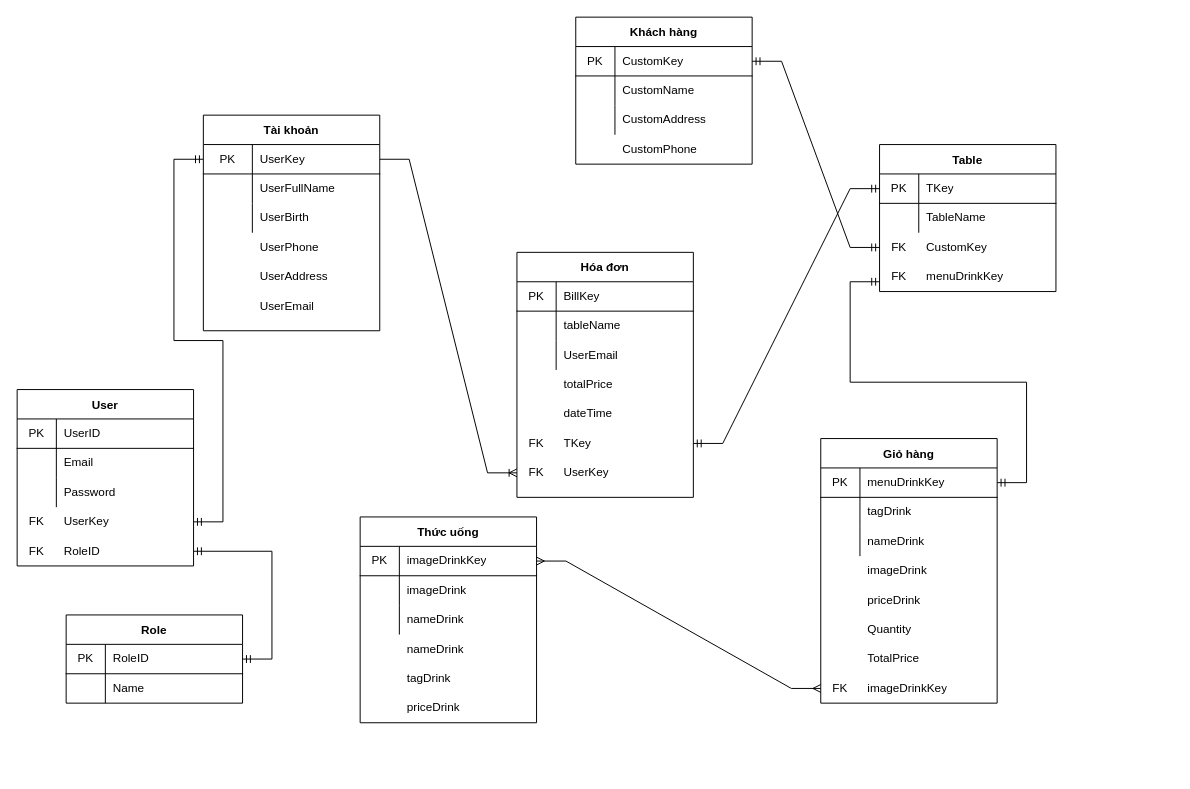
518H0090/FinalProjectAndroid keeps this draw.io diagram as page "ERD" (4 of 4) of Sơ đồ/Các chức năng.drawio. Above is the earlier version. Source tidied: cells renumbered, new cells numbered last; positions are measured from the earlier drawing's top-left corner, leaving out a move shared by most shapes. Both pictures are drawn from the tidied source at 98%, with x=0, y=0 at pixel (17, 17).
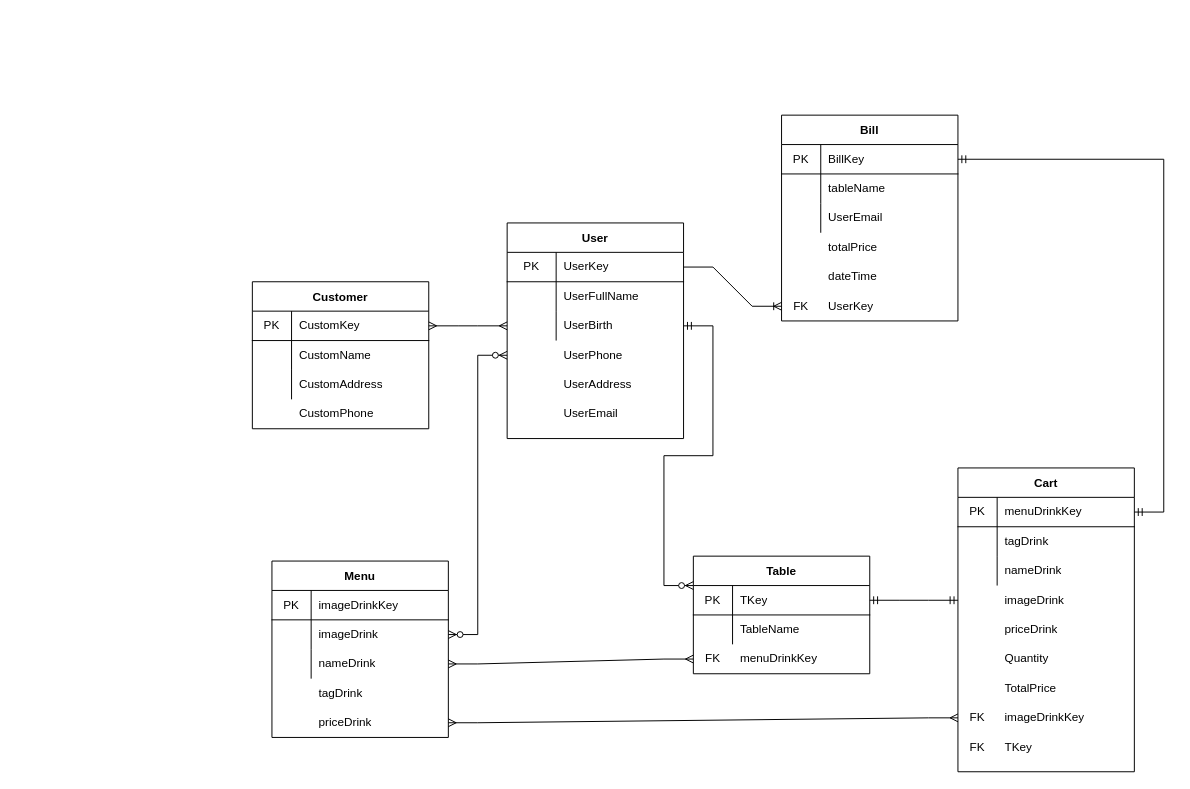
The same diagram, later.

Unchanged cells that the change refers to:
```xml
<mxCell id="3" style="shape=partialRectangle;html=1;whiteSpace=wrap;fillColor=none;top=0;left=0;bottom=1;right=0;points=[[0,0.5],[1,0.5]];portConstraint=eastwest;" parent="2" vertex="1">
  <mxGeometry y="30" width="180" height="30" as="geometry" />
</mxCell>
<mxCell id="9" style="shape=partialRectangle;html=1;whiteSpace=wrap;fillColor=none;top=0;left=0;bottom=0;right=0;points=[[0,0.5],[1,0.5]];portConstraint=eastwest;" parent="2" vertex="1">
  <mxGeometry y="90" width="180" height="30" as="geometry" />
</mxCell>
<mxCell id="22" style="shape=partialRectangle;html=1;whiteSpace=wrap;fillColor=none;top=0;left=0;bottom=1;right=0;points=[[0,0.5],[1,0.5]];portConstraint=eastwest;" parent="21" vertex="1">
  <mxGeometry y="30" width="180" height="30" as="geometry" />
</mxCell>
<mxCell id="29" style="shape=partialRectangle;html=1;whiteSpace=wrap;fillColor=none;top=0;left=0;bottom=1;right=0;points=[[0,0.5],[1,0.5]];portConstraint=eastwest;" parent="28" vertex="1">
  <mxGeometry y="30" width="180" height="30" as="geometry" />
</mxCell>
<mxCell id="32" style="shape=partialRectangle;html=1;whiteSpace=wrap;fillColor=none;top=0;left=0;bottom=0;right=0;points=[[0,0.5],[1,0.5]];portConstraint=eastwest;" parent="28" vertex="1">
  <mxGeometry y="60" width="180" height="30" as="geometry" />
</mxCell>
<mxCell id="35" style="shape=partialRectangle;html=1;whiteSpace=wrap;fillColor=none;top=0;left=0;bottom=0;right=0;points=[[0,0.5],[1,0.5]];portConstraint=eastwest;" parent="28" vertex="1">
  <mxGeometry y="90" width="180" height="30" as="geometry" />
</mxCell>
<mxCell id="48" style="shape=partialRectangle;html=1;whiteSpace=wrap;fillColor=none;top=0;left=0;bottom=1;right=0;points=[[0,0.5],[1,0.5]];portConstraint=eastwest;" parent="47" vertex="1">
  <mxGeometry y="30" width="180" height="30" as="geometry" />
</mxCell>
<mxCell id="61" style="shape=partialRectangle;html=1;whiteSpace=wrap;fillColor=none;top=0;left=0;bottom=1;right=0;points=[[0,0.5],[1,0.5]];portConstraint=eastwest;" parent="60" vertex="1">
  <mxGeometry y="30" width="180" height="30" as="geometry" />
</mxCell>
<mxCell id="83" style="shape=partialRectangle;html=1;whiteSpace=wrap;fillColor=none;top=0;left=0;bottom=1;right=0;points=[[0,0.5],[1,0.5]];portConstraint=eastwest;" parent="82" vertex="1">
  <mxGeometry y="30" width="180" height="30" as="geometry" />
</mxCell>
```

Diff of the diagram source:
```diff
@@
-    <mxCell id="2" value="Tài khoản" style="shape=table;startSize=30;childLayout=tableLayout;rowLines=0;fontStyle=1;align=center;" parent="1" vertex="1">
-      <mxGeometry x="190" y="100" width="180" height="220" as="geometry" />
+    <mxCell id="2" value="User" style="shape=table;startSize=30;childLayout=tableLayout;rowLines=0;fontStyle=1;align=center;" parent="1" vertex="1">
+      <mxGeometry x="500" y="210" width="180" height="220" as="geometry" />
     </mxCell>
@@
     <mxCell id="12" style="shape=partialRectangle;html=1;whiteSpace=wrap;fillColor=none;top=0;left=0;bottom=0;right=0;points=[[0,0.5],[1,0.5]];portConstraint=eastwest;" parent="1" vertex="1">
-      <mxGeometry x="190" y="220" width="180" height="30" as="geometry" />
+      <mxGeometry x="500" y="330" width="180" height="30" as="geometry" />
     </mxCell>
@@
     <mxCell id="15" style="shape=partialRectangle;html=1;whiteSpace=wrap;fillColor=none;top=0;left=0;bottom=0;right=0;" parent="1" vertex="1">
-      <mxGeometry x="190" y="250" width="180" height="30" as="geometry" />
+      <mxGeometry x="500" y="360" width="180" height="30" as="geometry" />
     </mxCell>
@@
     <mxCell id="18" style="shape=partialRectangle;html=1;whiteSpace=wrap;fillColor=none;top=0;left=0;bottom=0;right=0;" parent="1" vertex="1">
-      <mxGeometry x="190" y="280" width="180" height="30" as="geometry" />
+      <mxGeometry x="500" y="390" width="180" height="30" as="geometry" />
     </mxCell>
@@
     <mxCell id="21" value="Table" style="shape=table;startSize=30;childLayout=tableLayout;rowLines=0;fontStyle=1;align=center;" parent="1" vertex="1">
-      <mxGeometry x="880" y="130" width="180" height="150" as="geometry" />
+      <mxGeometry x="690" y="550" width="180" height="120" as="geometry" />
     </mxCell>
@@
-    <mxCell id="28" value="Thức uống" style="shape=table;startSize=30;childLayout=tableLayout;rowLines=0;fontStyle=1;align=center;" parent="1" vertex="1">
-      <mxGeometry x="350" y="510" width="180" height="210" as="geometry" />
+    <mxCell id="28" value="Menu" style="shape=table;startSize=30;childLayout=tableLayout;rowLines=0;fontStyle=1;align=center;" parent="1" vertex="1">
+      <mxGeometry x="260" y="555" width="180" height="180" as="geometry" />
     </mxCell>
@@
-    <mxCell id="38" style="shape=partialRectangle;html=1;whiteSpace=wrap;fillColor=none;top=0;left=0;bottom=0;right=0;" parent="1" vertex="1">
-      <mxGeometry x="350" y="630" width="180" height="30" as="geometry" />
-    </mxCell>
-    <mxCell id="39" style="shape=partialRectangle;html=1;whiteSpace=wrap;fillColor=none;top=0;left=0;bottom=0;right=0;overflow=hidden;" parent="38" vertex="1">
-      <mxGeometry width="40" height="30" as="geometry" />
-    </mxCell>
-    <mxCell id="40" value="nameDrink" style="shape=partialRectangle;html=1;whiteSpace=wrap;fillColor=none;top=0;left=0;bottom=0;right=0;align=left;spacingLeft=6;overflow=hidden;" parent="38" vertex="1">
-      <mxGeometry x="40" width="140" height="30" as="geometry" />
-    </mxCell>
     <mxCell id="41" style="shape=partialRectangle;html=1;whiteSpace=wrap;fillColor=none;top=0;left=0;bottom=0;right=0;points=[[0,0.5],[1,0.5]];portConstraint=eastwest;" parent="1" vertex="1">
-      <mxGeometry x="350" y="690" width="180" height="30" as="geometry" />
+      <mxGeometry x="260" y="705" width="180" height="30" as="geometry" />
     </mxCell>
@@
     <mxCell id="44" style="shape=partialRectangle;html=1;whiteSpace=wrap;fillColor=none;top=0;left=0;bottom=0;right=0;" parent="1" vertex="1">
-      <mxGeometry x="350" y="660" width="180" height="30" as="geometry" />
+      <mxGeometry x="260" y="675" width="180" height="30" as="geometry" />
     </mxCell>
@@
-    <mxCell id="47" value="Khách hàng" style="shape=table;startSize=30;childLayout=tableLayout;rowLines=0;fontStyle=1;align=center;" parent="1" vertex="1">
-      <mxGeometry x="570" width="180" height="150" as="geometry" />
+    <mxCell id="47" value="Customer" style="shape=table;startSize=30;childLayout=tableLayout;rowLines=0;fontStyle=1;align=center;" parent="1" vertex="1">
+      <mxGeometry x="240" y="270" width="180" height="150" as="geometry" />
     </mxCell>
@@
     <mxCell id="57" style="shape=partialRectangle;html=1;whiteSpace=wrap;fillColor=none;top=0;left=0;bottom=0;right=0;" parent="1" vertex="1">
-      <mxGeometry x="570" y="120" width="180" height="30" as="geometry" />
+      <mxGeometry x="240" y="390" width="180" height="30" as="geometry" />
     </mxCell>
@@
-    <mxCell id="60" value="Giỏ hàng" style="shape=table;startSize=30;childLayout=tableLayout;rowLines=0;fontStyle=1;align=center;" parent="1" vertex="1">
-      <mxGeometry x="820" y="430" width="180" height="270" as="geometry" />
+    <mxCell id="60" value="Cart" style="shape=table;startSize=30;childLayout=tableLayout;rowLines=0;fontStyle=1;align=center;" parent="1" vertex="1">
+      <mxGeometry x="960" y="460" width="180" height="310" as="geometry" />
     </mxCell>
@@
     <mxCell id="70" style="shape=partialRectangle;html=1;whiteSpace=wrap;fillColor=none;top=0;left=0;bottom=0;right=0;points=[[0,0.5],[1,0.5]];portConstraint=eastwest;" parent="1" vertex="1">
-      <mxGeometry x="820" y="550" width="180" height="30" as="geometry" />
+      <mxGeometry x="960" y="580" width="180" height="30" as="geometry" />
     </mxCell>
@@
     <mxCell id="73" style="shape=partialRectangle;html=1;whiteSpace=wrap;fillColor=none;top=0;left=0;bottom=0;right=0;" parent="1" vertex="1">
-      <mxGeometry x="820" y="580" width="180" height="30" as="geometry" />
+      <mxGeometry x="960" y="610" width="180" height="30" as="geometry" />
     </mxCell>
@@
     <mxCell id="76" style="shape=partialRectangle;html=1;whiteSpace=wrap;fillColor=none;top=0;left=0;bottom=0;right=0;" parent="1" vertex="1">
-      <mxGeometry x="820" y="610" width="180" height="30" as="geometry" />
+      <mxGeometry x="960" y="640" width="180" height="30" as="geometry" />
     </mxCell>
@@
     <mxCell id="79" style="shape=partialRectangle;html=1;whiteSpace=wrap;fillColor=none;top=0;left=0;bottom=0;right=0;" parent="1" vertex="1">
-      <mxGeometry x="820" y="640" width="180" height="30" as="geometry" />
+      <mxGeometry x="960" y="670" width="180" height="30" as="geometry" />
     </mxCell>
@@
-    <mxCell id="82" value="Hóa đơn" style="shape=table;startSize=30;childLayout=tableLayout;rowLines=0;fontStyle=1;align=center;" parent="1" vertex="1">
-      <mxGeometry x="510" y="240" width="180" height="250" as="geometry" />
+    <mxCell id="82" value="Bill" style="shape=table;startSize=30;childLayout=tableLayout;rowLines=0;fontStyle=1;align=center;" parent="1" vertex="1">
+      <mxGeometry x="780" y="100" width="180" height="210" as="geometry" />
     </mxCell>
@@
     <mxCell id="92" style="shape=partialRectangle;html=1;whiteSpace=wrap;fillColor=none;top=0;left=0;bottom=0;right=0;" parent="1" vertex="1">
-      <mxGeometry x="510" y="360" width="180" height="30" as="geometry" />
+      <mxGeometry x="780" y="220" width="180" height="30" as="geometry" />
     </mxCell>
@@
     <mxCell id="95" style="shape=partialRectangle;html=1;whiteSpace=wrap;fillColor=none;top=0;left=0;bottom=0;right=0;" parent="1" vertex="1">
-      <mxGeometry x="510" y="390" width="180" height="30" as="geometry" />
+      <mxGeometry x="780" y="250" width="180" height="30" as="geometry" />
     </mxCell>
@@
     <mxCell id="98" style="shape=partialRectangle;html=1;whiteSpace=wrap;fillColor=none;top=0;left=0;bottom=0;right=0;points=[[0,0.5],[1,0.5]];portConstraint=eastwest;" parent="1" vertex="1">
-      <mxGeometry x="820" y="670" width="180" height="30" as="geometry" />
+      <mxGeometry x="960" y="700" width="180" height="30" as="geometry" />
     </mxCell>
@@
-    <mxCell id="101" style="shape=partialRectangle;html=1;whiteSpace=wrap;fillColor=none;top=0;left=0;bottom=0;right=0;points=[[0,0.5],[1,0.5]];portConstraint=eastwest;" parent="1" vertex="1">
-      <mxGeometry x="880" y="220" width="180" height="30" as="geometry" />
-    </mxCell>
-    <mxCell id="102" value="FK" style="shape=partialRectangle;html=1;whiteSpace=wrap;fillColor=none;top=0;left=0;bottom=0;right=0;overflow=hidden;" parent="101" vertex="1">
-      <mxGeometry width="40" height="30" as="geometry" />
-    </mxCell>
-    <mxCell id="103" value="CustomKey" style="shape=partialRectangle;html=1;whiteSpace=wrap;fillColor=none;top=0;left=0;bottom=0;right=0;align=left;spacingLeft=6;overflow=hidden;" parent="101" vertex="1">
-      <mxGeometry x="40" width="140" height="30" as="geometry" />
-    </mxCell>
-    <mxCell id="104" style="shape=partialRectangle;html=1;whiteSpace=wrap;fillColor=none;top=0;left=0;bottom=0;right=0;points=[[0,0.5],[1,0.5]];portConstraint=eastwest;" parent="1" vertex="1">
-      <mxGeometry x="510" y="420" width="180" height="30" as="geometry" />
-    </mxCell>
-    <mxCell id="105" value="FK" style="shape=partialRectangle;html=1;whiteSpace=wrap;fillColor=none;top=0;left=0;bottom=0;right=0;overflow=hidden;" parent="104" vertex="1">
-      <mxGeometry width="40" height="30" as="geometry" />
-    </mxCell>
-    <mxCell id="106" value="TKey" style="shape=partialRectangle;html=1;whiteSpace=wrap;fillColor=none;top=0;left=0;bottom=0;right=0;align=left;spacingLeft=6;overflow=hidden;" parent="104" vertex="1">
-      <mxGeometry x="40" width="140" height="30" as="geometry" />
-    </mxCell>
     <mxCell id="107" style="shape=partialRectangle;html=1;whiteSpace=wrap;fillColor=none;top=0;left=0;bottom=0;right=0;points=[[0,0.5],[1,0.5]];portConstraint=eastwest;" parent="1" vertex="1">
-      <mxGeometry x="880" y="250" width="180" height="30" as="geometry" />
+      <mxGeometry x="690" y="640" width="180" height="30" as="geometry" />
     </mxCell>
@@
     <mxCell id="110" style="shape=partialRectangle;html=1;whiteSpace=wrap;fillColor=none;top=0;left=0;bottom=0;right=0;points=[[0,0.5],[1,0.5]];portConstraint=eastwest;" parent="1" vertex="1">
-      <mxGeometry x="510" y="450" width="180" height="30" as="geometry" />
+      <mxGeometry x="780" y="280" width="180" height="30" as="geometry" />
     </mxCell>
@@
-    <mxCell id="114" style="edgeStyle=entityRelationEdgeStyle;fontSize=12;html=1;endArrow=ERmany;startArrow=ERmany;rounded=0;entryX=0;entryY=0.5;entryDx=0;entryDy=0;exitX=1;exitY=0.5;exitDx=0;exitDy=0;" parent="1" edge="1" source="29" target="98">
+    <mxCell id="114" style="edgeStyle=entityRelationEdgeStyle;fontSize=12;html=1;endArrow=ERmany;startArrow=ERmany;rounded=0;entryX=0;entryY=0.5;entryDx=0;entryDy=0;exitX=1;exitY=0.5;exitDx=0;exitDy=0;" parent="1" edge="1" source="41" target="98">
       <mxGeometry relative="1" as="geometry" />
     </mxCell>
+    <mxCell id="143" style="edgeStyle=entityRelationEdgeStyle;fontSize=12;html=1;endArrow=ERmany;startArrow=ERmany;rounded=0;exitX=0;exitY=0.5;exitDx=0;exitDy=0;" parent="1" edge="1" source="9" target="48">
+      <mxGeometry relative="1" as="geometry" />
+    </mxCell>
+    <mxCell id="144" style="edgeStyle=entityRelationEdgeStyle;fontSize=12;html=1;endArrow=ERmandOne;startArrow=ERmandOne;rounded=0;exitX=1;exitY=0.5;exitDx=0;exitDy=0;" parent="1" edge="1" source="83" target="61">
+      <mxGeometry relative="1" as="geometry" />
+    </mxCell>
+    <mxCell id="145" style="edgeStyle=entityRelationEdgeStyle;fontSize=12;html=1;endArrow=ERzeroToMany;startArrow=ERmandOne;rounded=0;entryX=0;entryY=0.25;entryDx=0;entryDy=0;exitX=1;exitY=0.5;exitDx=0;exitDy=0;" parent="1" edge="1" source="9" target="21">
+      <mxGeometry relative="1" as="geometry" />
+    </mxCell>
+    <mxCell id="146" style="shape=partialRectangle;html=1;whiteSpace=wrap;fillColor=none;top=0;left=0;bottom=0;right=0;" parent="1" vertex="1">
+      <mxGeometry x="960" y="730" width="180" height="30" as="geometry" />
+    </mxCell>
+    <mxCell id="147" value="FK" style="shape=partialRectangle;html=1;whiteSpace=wrap;fillColor=none;top=0;left=0;bottom=0;right=0;overflow=hidden;" parent="146" vertex="1">
+      <mxGeometry width="40" height="30" as="geometry" />
+    </mxCell>
+    <mxCell id="106" value="TKey" style="shape=partialRectangle;html=1;whiteSpace=wrap;fillColor=none;top=0;left=0;bottom=0;right=0;align=left;spacingLeft=6;overflow=hidden;" parent="146" vertex="1">
+      <mxGeometry x="40" width="140" height="30" as="geometry" />
+    </mxCell>
+    <mxCell id="148" style="edgeStyle=entityRelationEdgeStyle;fontSize=12;html=1;endArrow=ERmany;startArrow=ERmany;rounded=0;entryX=0;entryY=0.5;entryDx=0;entryDy=0;exitX=1;exitY=0.5;exitDx=0;exitDy=0;" parent="1" edge="1" source="35" target="107">
+      <mxGeometry relative="1" as="geometry" />
+    </mxCell>
+    <mxCell id="149" style="edgeStyle=entityRelationEdgeStyle;fontSize=12;html=1;endArrow=ERzeroToMany;endFill=1;startArrow=ERzeroToMany;rounded=0;exitX=0;exitY=0.5;exitDx=0;exitDy=0;entryX=1;entryY=0.5;entryDx=0;entryDy=0;" parent="1" edge="1" source="12" target="32">
+      <mxGeometry relative="1" as="geometry" />
+    </mxCell>
-    <mxCell id="115" style="edgeStyle=entityRelationEdgeStyle;fontSize=12;html=1;endArrow=ERmandOne;startArrow=ERmandOne;rounded=0;" parent="1" edge="1" source="61">
-      <mxGeometry relative="1" as="geometry">
-        <mxPoint x="880" y="270" as="targetPoint" />
-      </mxGeometry>
+    <mxCell id="115" style="edgeStyle=entityRelationEdgeStyle;fontSize=12;html=1;endArrow=ERmandOne;startArrow=ERmandOne;rounded=0;entryX=0;entryY=0.5;entryDx=0;entryDy=0;exitX=1;exitY=0.5;exitDx=0;exitDy=0;" parent="1" edge="1" source="22" target="70">
+      <mxGeometry relative="1" as="geometry" />
     </mxCell>
-    <mxCell id="116" style="edgeStyle=entityRelationEdgeStyle;fontSize=12;html=1;endArrow=ERmandOne;startArrow=ERmandOne;rounded=0;entryX=0;entryY=0.5;entryDx=0;entryDy=0;exitX=1;exitY=0.5;exitDx=0;exitDy=0;" parent="1" edge="1" source="48" target="101">
-      <mxGeometry relative="1" as="geometry" />
-    </mxCell>
-    <mxCell id="117" style="edgeStyle=entityRelationEdgeStyle;fontSize=12;html=1;endArrow=ERmandOne;startArrow=ERmandOne;rounded=0;entryX=0;entryY=0.5;entryDx=0;entryDy=0;exitX=1;exitY=0.5;exitDx=0;exitDy=0;" parent="1" edge="1" source="104" target="22">
-      <mxGeometry relative="1" as="geometry" />
-    </mxCell>
-    <mxCell id="118" value="User" style="shape=table;startSize=30;childLayout=tableLayout;rowLines=0;fontStyle=1;align=center;" parent="1" vertex="1">
-      <mxGeometry y="380" width="180" height="180" as="geometry" />
-    </mxCell>
-    <mxCell id="119" style="shape=partialRectangle;html=1;whiteSpace=wrap;fillColor=none;top=0;left=0;bottom=1;right=0;" parent="118" vertex="1">
-      <mxGeometry y="30" width="180" height="30" as="geometry" />
-    </mxCell>
-    <mxCell id="120" value="PK" style="shape=partialRectangle;html=1;whiteSpace=wrap;fillColor=none;top=0;left=0;bottom=0;right=0;overflow=hidden;" parent="119" vertex="1">
-      <mxGeometry width="40" height="30" as="geometry" />
-    </mxCell>
-    <mxCell id="121" value="UserID" style="shape=partialRectangle;html=1;whiteSpace=wrap;fillColor=none;top=0;left=0;bottom=0;right=0;align=left;spacingLeft=6;overflow=hidden;" parent="119" vertex="1">
-      <mxGeometry x="40" width="140" height="30" as="geometry" />
-    </mxCell>
-    <mxCell id="122" style="shape=partialRectangle;html=1;whiteSpace=wrap;fillColor=none;top=0;left=0;bottom=0;right=0;" parent="118" vertex="1">
-      <mxGeometry y="60" width="180" height="30" as="geometry" />
-    </mxCell>
-    <mxCell id="123" style="shape=partialRectangle;html=1;whiteSpace=wrap;fillColor=none;top=0;left=0;bottom=0;right=0;overflow=hidden;" parent="122" vertex="1">
-      <mxGeometry width="40" height="30" as="geometry" />
-    </mxCell>
-    <mxCell id="124" value="Email" style="shape=partialRectangle;html=1;whiteSpace=wrap;fillColor=none;top=0;left=0;bottom=0;right=0;align=left;spacingLeft=6;overflow=hidden;" parent="122" vertex="1">
-      <mxGeometry x="40" width="140" height="30" as="geometry" />
-    </mxCell>
-    <mxCell id="125" style="shape=partialRectangle;html=1;whiteSpace=wrap;fillColor=none;top=0;left=0;bottom=0;right=0;" parent="118" vertex="1">
-      <mxGeometry y="90" width="180" height="30" as="geometry" />
-    </mxCell>
-    <mxCell id="126" style="shape=partialRectangle;html=1;whiteSpace=wrap;fillColor=none;top=0;left=0;bottom=0;right=0;overflow=hidden;" parent="125" vertex="1">
-      <mxGeometry width="40" height="30" as="geometry" />
-    </mxCell>
-    <mxCell id="127" value="Password" style="shape=partialRectangle;html=1;whiteSpace=wrap;fillColor=none;top=0;left=0;bottom=0;right=0;align=left;spacingLeft=6;overflow=hidden;" parent="125" vertex="1">
-      <mxGeometry x="40" width="140" height="30" as="geometry" />
-    </mxCell>
-    <mxCell id="128" style="shape=partialRectangle;html=1;whiteSpace=wrap;fillColor=none;top=0;left=0;bottom=0;right=0;points=[[0,0.5],[1,0.5]];portConstraint=eastwest;" parent="1" vertex="1">
-      <mxGeometry y="500" width="180" height="30" as="geometry" />
-    </mxCell>
-    <mxCell id="129" value="FK" style="shape=partialRectangle;html=1;whiteSpace=wrap;fillColor=none;top=0;left=0;bottom=0;right=0;overflow=hidden;" parent="128" vertex="1">
-      <mxGeometry width="40" height="30" as="geometry" />
-    </mxCell>
-    <mxCell id="130" value="UserKey" style="shape=partialRectangle;html=1;whiteSpace=wrap;fillColor=none;top=0;left=0;bottom=0;right=0;align=left;spacingLeft=6;overflow=hidden;" parent="128" vertex="1">
-      <mxGeometry x="40" width="140" height="30" as="geometry" />
-    </mxCell>
-    <mxCell id="131" style="edgeStyle=entityRelationEdgeStyle;fontSize=12;html=1;endArrow=ERmandOne;startArrow=ERmandOne;rounded=0;entryX=0;entryY=0.5;entryDx=0;entryDy=0;exitX=1;exitY=0.5;exitDx=0;exitDy=0;" parent="1" edge="1" source="128" target="3">
-      <mxGeometry relative="1" as="geometry" />
-    </mxCell>
-    <mxCell id="132" value="Role" style="shape=table;startSize=30;childLayout=tableLayout;rowLines=0;fontStyle=1;align=center;" parent="1" vertex="1">
-      <mxGeometry x="50" y="610" width="180" height="90" as="geometry" />
-    </mxCell>
-    <mxCell id="133" style="shape=partialRectangle;html=1;whiteSpace=wrap;fillColor=none;top=0;left=0;bottom=1;right=0;points=[[0,0.5],[1,0.5]];portConstraint=eastwest;" parent="132" vertex="1">
-      <mxGeometry y="30" width="180" height="30" as="geometry" />
-    </mxCell>
-    <mxCell id="134" value="PK" style="shape=partialRectangle;html=1;whiteSpace=wrap;fillColor=none;top=0;left=0;bottom=0;right=0;overflow=hidden;" parent="133" vertex="1">
-      <mxGeometry width="40" height="30" as="geometry" />
-    </mxCell>
-    <mxCell id="135" value="RoleID" style="shape=partialRectangle;html=1;whiteSpace=wrap;fillColor=none;top=0;left=0;bottom=0;right=0;align=left;spacingLeft=6;overflow=hidden;" parent="133" vertex="1">
-      <mxGeometry x="40" width="140" height="30" as="geometry" />
-    </mxCell>
-    <mxCell id="136" style="shape=partialRectangle;html=1;whiteSpace=wrap;fillColor=none;top=0;left=0;bottom=0;right=0;" parent="132" vertex="1">
-      <mxGeometry y="60" width="180" height="30" as="geometry" />
-    </mxCell>
-    <mxCell id="137" value="&lt;br&gt;" style="shape=partialRectangle;html=1;whiteSpace=wrap;fillColor=none;top=0;left=0;bottom=0;right=0;overflow=hidden;" parent="136" vertex="1">
-      <mxGeometry width="40" height="30" as="geometry" />
-    </mxCell>
-    <mxCell id="138" value="Name" style="shape=partialRectangle;html=1;whiteSpace=wrap;fillColor=none;top=0;left=0;bottom=0;right=0;align=left;spacingLeft=6;overflow=hidden;" parent="136" vertex="1">
-      <mxGeometry x="40" width="140" height="30" as="geometry" />
-    </mxCell>
-    <mxCell id="139" style="shape=partialRectangle;html=1;whiteSpace=wrap;fillColor=none;top=0;left=0;bottom=0;right=0;points=[[0,0.5],[1,0.5]];portConstraint=eastwest;" parent="1" vertex="1">
-      <mxGeometry y="530" width="180" height="30" as="geometry" />
-    </mxCell>
-    <mxCell id="140" value="FK" style="shape=partialRectangle;html=1;whiteSpace=wrap;fillColor=none;top=0;left=0;bottom=0;right=0;overflow=hidden;" parent="139" vertex="1">
-      <mxGeometry width="40" height="30" as="geometry" />
-    </mxCell>
-    <mxCell id="141" value="RoleID" style="shape=partialRectangle;html=1;whiteSpace=wrap;fillColor=none;top=0;left=0;bottom=0;right=0;align=left;spacingLeft=6;overflow=hidden;" parent="139" vertex="1">
-      <mxGeometry x="40" width="140" height="30" as="geometry" />
-    </mxCell>
-    <mxCell id="142" style="edgeStyle=entityRelationEdgeStyle;fontSize=12;html=1;endArrow=ERmandOne;startArrow=ERmandOne;rounded=0;" parent="1" edge="1" source="133" target="139">
-      <mxGeometry relative="1" as="geometry" />
-    </mxCell>
```
